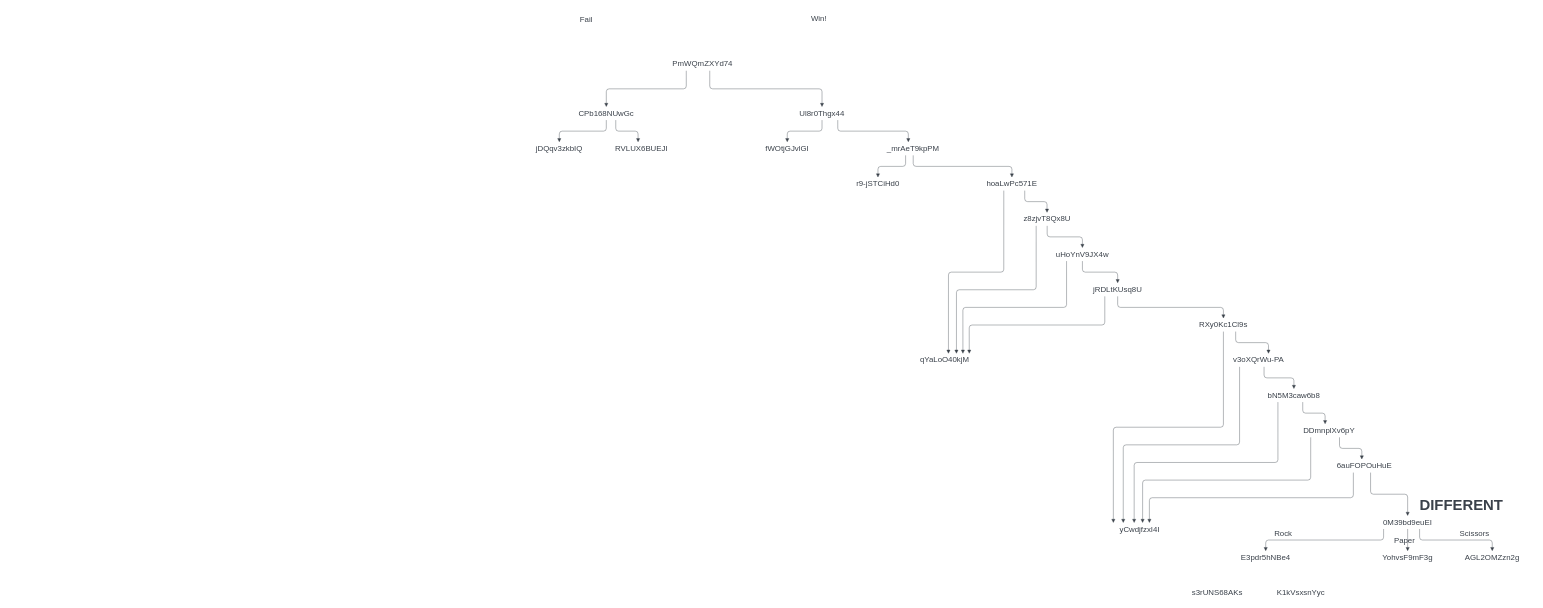
Earlier version of the draw.io diagram Untitled Diagram.drawio (athuler/CgpGreyRockPaperScissors). Source tidied: cells renumbered, new cells numbered last; positions are measured from the earlier drawing's top-left corner, leaving out a move shared by most shapes. Both pictures are drawn from the tidied source at 47%, with x=0, y=0 at pixel (530, 8).
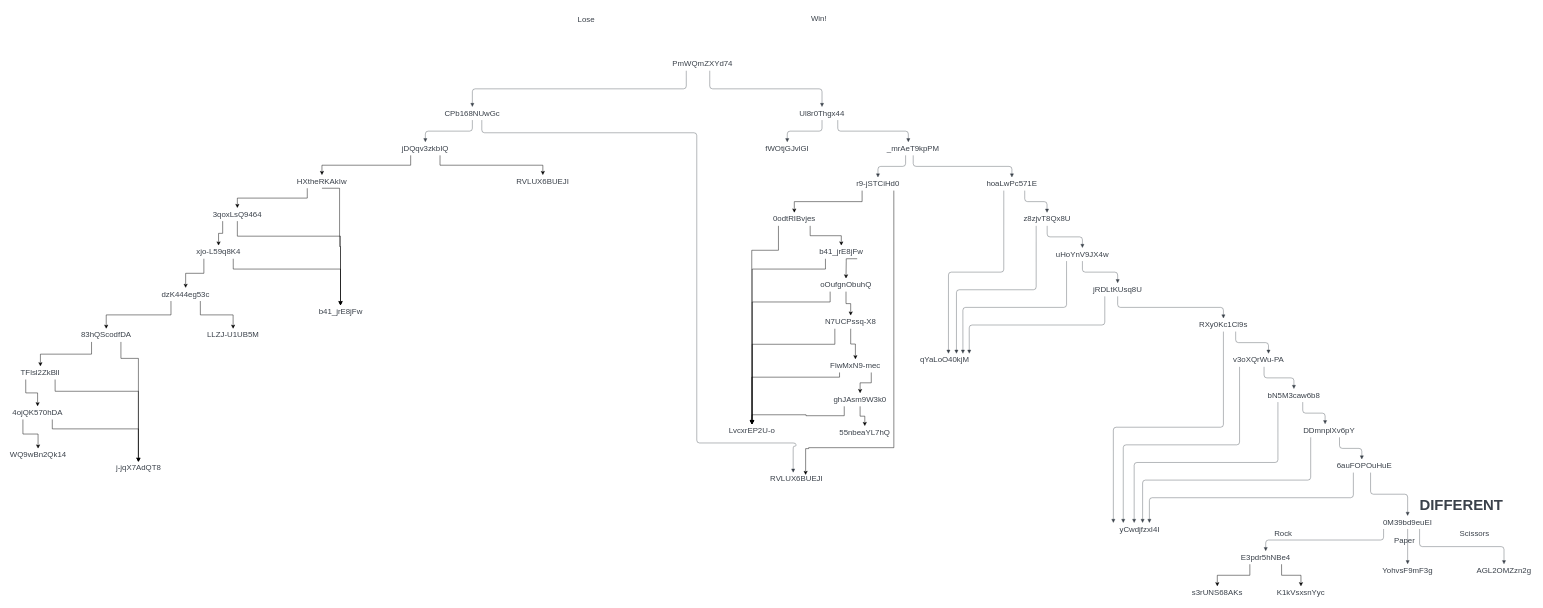
The same page after the edit.

Unchanged cells that the change refers to:
```xml
<mxCell id="19" value="r9-jSTCiHd0" style="html=1;overflow=block;blockSpacing=1;whiteSpace=wrap;fontSize=16.7;fontColor=#3a414a;spacing=3.8;strokeColor=none;fillOpacity=0;fillColor=#ffffff;strokeWidth=0;lucidId=V10GVrl.zlsS;" parent="1" vertex="1">
  <mxGeometry x="673" y="360" width="135" height="28" as="geometry" />
</mxCell>
<mxCell id="53" value="E3pdr5hNBe4" style="html=1;overflow=block;blockSpacing=1;whiteSpace=wrap;fontSize=16.7;fontColor=#3a414a;spacing=3.8;strokeColor=none;fillOpacity=0;fillColor=#ffffff;strokeWidth=0;lucidId=ha1GKNvZnQt9;" parent="1" vertex="1">
  <mxGeometry x="1498" y="1155" width="135" height="28" as="geometry" />
</mxCell>
<mxCell id="60" value="K1kVsxsnYyc" style="html=1;overflow=block;blockSpacing=1;whiteSpace=wrap;fontSize=16.7;fontColor=#3a414a;spacing=3.8;strokeColor=none;fillOpacity=0;fillColor=#ffffff;strokeWidth=0;lucidId=lc1GrfU~FakX;" parent="1" vertex="1">
  <mxGeometry x="1573" y="1230" width="135" height="28" as="geometry" />
</mxCell>
<mxCell id="61" value="s3rUNS68AKs" style="html=1;overflow=block;blockSpacing=1;whiteSpace=wrap;fontSize=16.7;fontColor=#3a414a;spacing=3.8;strokeColor=none;fillOpacity=0;fillColor=#ffffff;strokeWidth=0;lucidId=Dc1Gz2TKkEc-;" parent="1" vertex="1">
  <mxGeometry x="1395" y="1230" width="135" height="28" as="geometry" />
</mxCell>
```

What changed in the source:
```diff
@@
-    <mxCell id="6" value="Fail" style="html=1;overflow=block;blockSpacing=1;whiteSpace=wrap;fontSize=16.7;fontColor=#3a414a;spacing=3.8;strokeOpacity=0;fillOpacity=0;rounded=1;absoluteArcSize=1;arcSize=9;fillColor=#ffffff;strokeWidth=0.8;lucidId=xs7FAL~C0_ZN;" parent="1" vertex="1">
+    <mxCell id="6" value="Lose" style="html=1;overflow=block;blockSpacing=1;whiteSpace=wrap;fontSize=16.7;fontColor=#3a414a;spacing=3.8;strokeOpacity=0;fillOpacity=0;rounded=1;absoluteArcSize=1;arcSize=9;fillColor=#ffffff;strokeWidth=0.8;lucidId=xs7FAL~C0_ZN;" parent="1" vertex="1">
       <mxGeometry x="30" width="180" height="48" as="geometry" />
     </mxCell>
     <mxCell id="7" value="CPb168NUwGc" style="html=1;overflow=block;blockSpacing=1;whiteSpace=wrap;fontSize=16.7;fontColor=#3a414a;spacing=3.8;strokeColor=none;fillOpacity=0;fillColor=#ffffff;strokeWidth=0;lucidId=ft7FhHTw9_NF;" parent="1" vertex="1">
-      <mxGeometry x="100" y="210" width="125" height="28" as="geometry" />
+      <mxGeometry x="-185" y="210" width="125" height="28" as="geometry" />
     </mxCell>
@@
     <mxCell id="13" value="RVLUX6BUEJI" style="html=1;overflow=block;blockSpacing=1;whiteSpace=wrap;fontSize=16.7;fontColor=#3a414a;spacing=3.8;strokeColor=none;fillOpacity=0;fillColor=#ffffff;strokeWidth=0;lucidId=3_XGruc~Z_QK;" parent="1" vertex="1">
-      <mxGeometry x="175" y="285" width="125" height="28" as="geometry" />
+      <mxGeometry x="505" y="988" width="125" height="28" as="geometry" />
     </mxCell>
+    <mxCell id="62" style="edgeStyle=orthogonalEdgeStyle;rounded=0;jettySize=auto;html=1;exitX=0.75;exitY=1;exitDx=0;exitDy=0;entryX=0.5;entryY=0;entryDx=0;entryDy=0;" parent="1" edge="1" source="14" target="88">
+      <mxGeometry relative="1" as="geometry" />
+    </mxCell>
+    <mxCell id="63" style="edgeStyle=orthogonalEdgeStyle;rounded=0;jettySize=auto;html=1;exitX=0.25;exitY=1;exitDx=0;exitDy=0;" parent="1" edge="1" source="14" target="91">
+      <mxGeometry relative="1" as="geometry" />
+    </mxCell>
     <mxCell id="14" value="jDQqv3zkbIQ" style="html=1;overflow=block;blockSpacing=1;whiteSpace=wrap;fontSize=16.7;fontColor=#3a414a;spacing=3.8;strokeColor=none;fillOpacity=0;fillColor=#ffffff;strokeWidth=0;lucidId=8_XGXLdHAZnX;" parent="1" vertex="1">
-      <mxGeometry y="285" width="125" height="28" as="geometry" />
+      <mxGeometry x="-285" y="285" width="125" height="28" as="geometry" />
     </mxCell>
     <mxCell id="15" style="html=1;jettySize=18;whiteSpace=wrap;fontSize=13;strokeColor=#3a414a;strokeOpacity=100;strokeWidth=0.8;rounded=1;arcSize=12;edgeStyle=orthogonalEdgeStyle;startArrow=none;endArrow=block;endFill=1;exitX=0.661;exitY=1;exitPerimeter=0;entryX=0.441;entryY=0;entryPerimeter=0;lucidId=S.XG0sZoMiGn;" parent="1" edge="1" source="7" target="13">
-      <mxGeometry relative="1" as="geometry" />
+      <mxGeometry relative="1" as="geometry">
+        <Array as="points">
+          <mxPoint x="-102" y="265" />
+          <mxPoint x="355" y="265" />
+          <mxPoint x="355" y="925" />
+          <mxPoint x="566" y="925" />
+          <mxPoint x="566" y="932" />
+          <mxPoint x="560" y="932" />
+        </Array>
+      </mxGeometry>
     </mxCell>
@@
+    <mxCell id="64" style="edgeStyle=orthogonalEdgeStyle;rounded=0;jettySize=auto;html=1;exitX=0.75;exitY=1;exitDx=0;exitDy=0;entryX=0.653;entryY=0.179;entryDx=0;entryDy=0;entryPerimeter=0;" parent="1" edge="1" source="19" target="13">
+      <mxGeometry relative="1" as="geometry">
+        <Array as="points">
+          <mxPoint x="774" y="935" />
+          <mxPoint x="593" y="935" />
+          <mxPoint x="593" y="937" />
+          <mxPoint x="587" y="937" />
+        </Array>
+      </mxGeometry>
+    </mxCell>
+    <mxCell id="65" style="edgeStyle=orthogonalEdgeStyle;rounded=0;jettySize=auto;html=1;exitX=0.25;exitY=1;exitDx=0;exitDy=0;" parent="1" edge="1" source="19" target="70">
+      <mxGeometry relative="1" as="geometry" />
+    </mxCell>
@@
     <mxCell id="51" value="AGL2OMZzn2g" style="html=1;overflow=block;blockSpacing=1;whiteSpace=wrap;fontSize=16.7;fontColor=#3a414a;spacing=3.8;strokeColor=none;fillOpacity=0;fillColor=#ffffff;strokeWidth=0;lucidId=4~0GWXbezlGw;" parent="1" vertex="1">
-      <mxGeometry x="1980" y="1155" width="135" height="28" as="geometry" />
+      <mxGeometry x="2005" y="1183" width="135" height="28" as="geometry" />
     </mxCell>
     <mxCell id="52" value="YohvsF9mF3g" style="html=1;overflow=block;blockSpacing=1;whiteSpace=wrap;fontSize=16.7;fontColor=#3a414a;spacing=3.8;strokeColor=none;fillOpacity=0;fillColor=#ffffff;strokeWidth=0;lucidId=9~0Gk7WF7e9Z;" parent="1" vertex="1">
-      <mxGeometry x="1800" y="1155" width="135" height="28" as="geometry" />
+      <mxGeometry x="1800" y="1183" width="135" height="28" as="geometry" />
     </mxCell>
+    <mxCell id="66" style="edgeStyle=orthogonalEdgeStyle;rounded=0;jettySize=auto;html=1;exitX=0.75;exitY=1;exitDx=0;exitDy=0;entryX=0.5;entryY=0;entryDx=0;entryDy=0;" parent="1" edge="1" source="53" target="60">
+      <mxGeometry relative="1" as="geometry" />
+    </mxCell>
+    <mxCell id="67" style="edgeStyle=orthogonalEdgeStyle;rounded=0;jettySize=auto;html=1;exitX=0.25;exitY=1;exitDx=0;exitDy=0;entryX=0.5;entryY=0;entryDx=0;entryDy=0;" parent="1" edge="1" source="53" target="61">
+      <mxGeometry relative="1" as="geometry" />
+    </mxCell>
@@
+    <mxCell id="68" style="edgeStyle=orthogonalEdgeStyle;rounded=0;jettySize=auto;html=1;exitX=0.75;exitY=1;exitDx=0;exitDy=0;" parent="1" edge="1" source="70" target="73">
+      <mxGeometry relative="1" as="geometry" />
+    </mxCell>
+    <mxCell id="69" style="edgeStyle=orthogonalEdgeStyle;rounded=0;jettySize=auto;html=1;exitX=0.25;exitY=1;exitDx=0;exitDy=0;" parent="1" edge="1" source="70" target="71">
+      <mxGeometry relative="1" as="geometry">
+        <Array as="points">
+          <mxPoint x="529" y="515" />
+          <mxPoint x="472" y="515" />
+        </Array>
+      </mxGeometry>
+    </mxCell>
+    <mxCell id="70" value="0odtRIBvjes" style="html=1;overflow=block;blockSpacing=1;whiteSpace=wrap;fontSize=16.7;fontColor=#3a414a;spacing=3.8;strokeColor=none;fillOpacity=0;fillColor=#ffffff;strokeWidth=0;lucidId=V10GVrl.zlsS;" parent="1" vertex="1">
+      <mxGeometry x="495" y="435" width="135" height="28" as="geometry" />
+    </mxCell>
+    <mxCell id="71" value="LvcxrEP2U-o" style="html=1;overflow=block;blockSpacing=1;whiteSpace=wrap;fontSize=16.7;fontColor=#3a414a;spacing=3.8;strokeColor=none;fillOpacity=0;fillColor=#ffffff;strokeWidth=0;lucidId=V10GVrl.zlsS;" parent="1" vertex="1">
+      <mxGeometry x="405" y="885" width="135" height="28" as="geometry" />
+    </mxCell>
+    <mxCell id="72" style="edgeStyle=orthogonalEdgeStyle;rounded=0;jettySize=auto;html=1;exitX=0.75;exitY=1;exitDx=0;exitDy=0;entryX=0.5;entryY=0;entryDx=0;entryDy=0;" parent="1" edge="1" source="73" target="75">
+      <mxGeometry relative="1" as="geometry">
+        <Array as="points">
+          <mxPoint x="673" y="538" />
+          <mxPoint x="673" y="585" />
+        </Array>
+      </mxGeometry>
+    </mxCell>
+    <mxCell id="73" value="b41_jrE8jFw" style="html=1;overflow=block;blockSpacing=1;whiteSpace=wrap;fontSize=16.7;fontColor=#3a414a;spacing=3.8;strokeColor=none;fillOpacity=0;fillColor=#ffffff;strokeWidth=0;lucidId=V10GVrl.zlsS;" parent="1" vertex="1">
+      <mxGeometry x="595" y="505" width="135" height="28" as="geometry" />
+    </mxCell>
+    <mxCell id="74" style="edgeStyle=orthogonalEdgeStyle;rounded=0;jettySize=auto;html=1;exitX=0.5;exitY=1;exitDx=0;exitDy=0;" parent="1" edge="1" source="75" target="79">
+      <mxGeometry relative="1" as="geometry" />
+    </mxCell>
+    <mxCell id="75" value="oOufgnObuhQ" style="html=1;overflow=block;blockSpacing=1;whiteSpace=wrap;fontSize=16.7;fontColor=#3a414a;spacing=3.8;strokeColor=none;fillOpacity=0;fillColor=#ffffff;strokeWidth=0;lucidId=V10GVrl.zlsS;" parent="1" vertex="1">
+      <mxGeometry x="605" y="575" width="135" height="28" as="geometry" />
+    </mxCell>
+    <mxCell id="76" style="edgeStyle=orthogonalEdgeStyle;rounded=0;jettySize=auto;html=1;exitX=0.25;exitY=1;exitDx=0;exitDy=0;" parent="1" edge="1" source="73" target="71">
+      <mxGeometry relative="1" as="geometry">
+        <Array as="points">
+          <mxPoint x="629" y="555" />
+          <mxPoint x="473" y="555" />
+        </Array>
+      </mxGeometry>
+    </mxCell>
+    <mxCell id="77" style="edgeStyle=orthogonalEdgeStyle;rounded=0;jettySize=auto;html=1;exitX=0.25;exitY=1;exitDx=0;exitDy=0;entryX=0.5;entryY=0;entryDx=0;entryDy=0;" parent="1" edge="1" source="75" target="71">
+      <mxGeometry relative="1" as="geometry">
+        <Array as="points">
+          <mxPoint x="639" y="625" />
+          <mxPoint x="473" y="625" />
+          <mxPoint x="473" y="865" />
+        </Array>
+      </mxGeometry>
+    </mxCell>
+    <mxCell id="78" style="edgeStyle=orthogonalEdgeStyle;rounded=0;jettySize=auto;html=1;exitX=0.5;exitY=1;exitDx=0;exitDy=0;" parent="1" edge="1" source="79" target="83">
+      <mxGeometry relative="1" as="geometry" />
+    </mxCell>
+    <mxCell id="79" value="N7UCPssq-X8" style="html=1;overflow=block;blockSpacing=1;whiteSpace=wrap;fontSize=16.7;fontColor=#3a414a;spacing=3.8;strokeColor=none;fillOpacity=0;fillColor=#ffffff;strokeWidth=0;lucidId=V10GVrl.zlsS;" parent="1" vertex="1">
+      <mxGeometry x="615" y="654" width="135" height="28" as="geometry" />
+    </mxCell>
+    <mxCell id="80" style="edgeStyle=orthogonalEdgeStyle;rounded=0;jettySize=auto;html=1;exitX=0.25;exitY=1;exitDx=0;exitDy=0;entryX=0.5;entryY=0;entryDx=0;entryDy=0;" parent="1" edge="1" source="79" target="71">
+      <mxGeometry relative="1" as="geometry">
+        <Array as="points">
+          <mxPoint x="649" y="715" />
+          <mxPoint x="473" y="715" />
+          <mxPoint x="473" y="869" />
+        </Array>
+      </mxGeometry>
+    </mxCell>
+    <mxCell id="81" style="edgeStyle=orthogonalEdgeStyle;rounded=0;jettySize=auto;html=1;exitX=0.25;exitY=1;exitDx=0;exitDy=0;" parent="1" edge="1" source="83" target="71">
+      <mxGeometry relative="1" as="geometry">
+        <Array as="points">
+          <mxPoint x="659" y="785" />
+          <mxPoint x="472" y="785" />
+        </Array>
+      </mxGeometry>
+    </mxCell>
+    <mxCell id="82" style="edgeStyle=orthogonalEdgeStyle;rounded=0;jettySize=auto;html=1;exitX=0.75;exitY=1;exitDx=0;exitDy=0;" parent="1" edge="1" source="83" target="86">
+      <mxGeometry relative="1" as="geometry" />
+    </mxCell>
+    <mxCell id="83" value="FlwMxN9-mec" style="html=1;overflow=block;blockSpacing=1;whiteSpace=wrap;fontSize=16.7;fontColor=#3a414a;spacing=3.8;strokeColor=none;fillOpacity=0;fillColor=#ffffff;strokeWidth=0;lucidId=V10GVrl.zlsS;" parent="1" vertex="1">
+      <mxGeometry x="625" y="747" width="135" height="28" as="geometry" />
+    </mxCell>
+    <mxCell id="84" style="edgeStyle=orthogonalEdgeStyle;rounded=0;jettySize=auto;html=1;exitX=0.25;exitY=1;exitDx=0;exitDy=0;entryX=0.5;entryY=0;entryDx=0;entryDy=0;" parent="1" edge="1" source="86" target="71">
+      <mxGeometry relative="1" as="geometry" />
+    </mxCell>
+    <mxCell id="85" style="edgeStyle=orthogonalEdgeStyle;rounded=0;jettySize=auto;html=1;exitX=0.5;exitY=1;exitDx=0;exitDy=0;" parent="1" edge="1" source="86" target="87">
+      <mxGeometry relative="1" as="geometry" />
+    </mxCell>
+    <mxCell id="86" value="ghJAsm9W3k0" style="html=1;overflow=block;blockSpacing=1;whiteSpace=wrap;fontSize=16.7;fontColor=#3a414a;spacing=3.8;strokeColor=none;fillOpacity=0;fillColor=#ffffff;strokeWidth=0;lucidId=V10GVrl.zlsS;" parent="1" vertex="1">
+      <mxGeometry x="635" y="819" width="135" height="28" as="geometry" />
+    </mxCell>
+    <mxCell id="87" value="55nbeaYL7hQ" style="html=1;overflow=block;blockSpacing=1;whiteSpace=wrap;fontSize=16.7;fontColor=#3a414a;spacing=3.8;strokeColor=none;fillOpacity=0;fillColor=#ffffff;strokeWidth=0;lucidId=V10GVrl.zlsS;" parent="1" vertex="1">
+      <mxGeometry x="645" y="889" width="135" height="28" as="geometry" />
+    </mxCell>
+    <mxCell id="88" value="RVLUX6BUEJI" style="html=1;overflow=block;blockSpacing=1;whiteSpace=wrap;fontSize=16.7;fontColor=#3a414a;spacing=3.8;strokeColor=none;fillOpacity=0;fillColor=#ffffff;strokeWidth=0;lucidId=8_XGXLdHAZnX;" parent="1" vertex="1">
+      <mxGeometry x="-35" y="355" width="125" height="28" as="geometry" />
+    </mxCell>
+    <mxCell id="89" style="edgeStyle=orthogonalEdgeStyle;rounded=0;jettySize=auto;html=1;exitX=0.25;exitY=1;exitDx=0;exitDy=0;" parent="1" edge="1" source="91" target="94">
+      <mxGeometry relative="1" as="geometry" />
+    </mxCell>
+    <mxCell id="90" style="edgeStyle=orthogonalEdgeStyle;rounded=0;jettySize=auto;html=1;exitX=0.5;exitY=1;exitDx=0;exitDy=0;" parent="1" edge="1" source="91" target="95">
+      <mxGeometry relative="1" as="geometry">
+        <Array as="points">
+          <mxPoint x="-405" y="383" />
+          <mxPoint x="-405" y="507" />
+          <mxPoint x="-403" y="507" />
+        </Array>
+      </mxGeometry>
+    </mxCell>
+    <mxCell id="91" value="HXtheRKAkIw" style="html=1;overflow=block;blockSpacing=1;whiteSpace=wrap;fontSize=16.7;fontColor=#3a414a;spacing=3.8;strokeColor=none;fillOpacity=0;fillColor=#ffffff;strokeWidth=0;lucidId=8_XGXLdHAZnX;" parent="1" vertex="1">
+      <mxGeometry x="-505" y="355" width="125" height="28" as="geometry" />
+    </mxCell>
+    <mxCell id="92" style="edgeStyle=orthogonalEdgeStyle;rounded=0;jettySize=auto;html=1;exitX=0.5;exitY=1;exitDx=0;exitDy=0;" parent="1" edge="1" source="94" target="95">
+      <mxGeometry relative="1" as="geometry">
+        <Array as="points">
+          <mxPoint x="-623" y="485" />
+          <mxPoint x="-403" y="485" />
+        </Array>
+      </mxGeometry>
+    </mxCell>
+    <mxCell id="93" style="edgeStyle=orthogonalEdgeStyle;rounded=0;jettySize=auto;html=1;exitX=0.25;exitY=1;exitDx=0;exitDy=0;" parent="1" edge="1" source="94" target="98">
+      <mxGeometry relative="1" as="geometry" />
+    </mxCell>
+    <mxCell id="94" value="3qoxLsQ9464" style="html=1;overflow=block;blockSpacing=1;whiteSpace=wrap;fontSize=16.7;fontColor=#3a414a;spacing=3.8;strokeColor=none;fillOpacity=0;fillColor=#ffffff;strokeWidth=0;lucidId=8_XGXLdHAZnX;" parent="1" vertex="1">
+      <mxGeometry x="-685" y="425" width="125" height="28" as="geometry" />
+    </mxCell>
+    <mxCell id="95" value="b41_jrE8jFw" style="html=1;overflow=block;blockSpacing=1;whiteSpace=wrap;fontSize=16.7;fontColor=#3a414a;spacing=3.8;strokeColor=none;fillOpacity=0;fillColor=#ffffff;strokeWidth=0;lucidId=8_XGXLdHAZnX;" parent="1" vertex="1">
+      <mxGeometry x="-465" y="632" width="125" height="28" as="geometry" />
+    </mxCell>
+    <mxCell id="96" style="edgeStyle=orthogonalEdgeStyle;rounded=0;jettySize=auto;html=1;exitX=0.75;exitY=1;exitDx=0;exitDy=0;" parent="1" edge="1" source="98" target="95">
+      <mxGeometry relative="1" as="geometry">
+        <Array as="points">
+          <mxPoint x="-631" y="555" />
+          <mxPoint x="-403" y="555" />
+        </Array>
+      </mxGeometry>
+    </mxCell>
+    <mxCell id="97" style="edgeStyle=orthogonalEdgeStyle;rounded=0;jettySize=auto;html=1;exitX=0.25;exitY=1;exitDx=0;exitDy=0;" parent="1" edge="1" source="98" target="101">
+      <mxGeometry relative="1" as="geometry" />
+    </mxCell>
+    <mxCell id="98" value="xjo-L59q8K4" style="html=1;overflow=block;blockSpacing=1;whiteSpace=wrap;fontSize=16.7;fontColor=#3a414a;spacing=3.8;strokeColor=none;fillOpacity=0;fillColor=#ffffff;strokeWidth=0;lucidId=8_XGXLdHAZnX;" parent="1" vertex="1">
+      <mxGeometry x="-725" y="505" width="125" height="28" as="geometry" />
+    </mxCell>
+    <mxCell id="99" style="edgeStyle=orthogonalEdgeStyle;rounded=0;jettySize=auto;html=1;exitX=0.75;exitY=1;exitDx=0;exitDy=0;" parent="1" edge="1" source="101" target="102">
+      <mxGeometry relative="1" as="geometry" />
+    </mxCell>
+    <mxCell id="100" style="edgeStyle=orthogonalEdgeStyle;rounded=0;jettySize=auto;html=1;exitX=0.25;exitY=1;exitDx=0;exitDy=0;" parent="1" edge="1" source="101" target="105">
+      <mxGeometry relative="1" as="geometry" />
+    </mxCell>
+    <mxCell id="101" value="dzK444eg53c" style="html=1;overflow=block;blockSpacing=1;whiteSpace=wrap;fontSize=16.7;fontColor=#3a414a;spacing=3.8;strokeColor=none;fillOpacity=0;fillColor=#ffffff;strokeWidth=0;lucidId=8_XGXLdHAZnX;" parent="1" vertex="1">
+      <mxGeometry x="-795" y="595" width="125" height="28" as="geometry" />
+    </mxCell>
+    <mxCell id="102" value="LLZJ-U1UB5M" style="html=1;overflow=block;blockSpacing=1;whiteSpace=wrap;fontSize=16.7;fontColor=#3a414a;spacing=3.8;strokeColor=none;fillOpacity=0;fillColor=#ffffff;strokeWidth=0;lucidId=8_XGXLdHAZnX;" parent="1" vertex="1">
+      <mxGeometry x="-694" y="682" width="125" height="28" as="geometry" />
+    </mxCell>
+    <mxCell id="103" style="edgeStyle=orthogonalEdgeStyle;rounded=0;jettySize=auto;html=1;exitX=0.25;exitY=1;exitDx=0;exitDy=0;" parent="1" edge="1" source="105" target="109">
+      <mxGeometry relative="1" as="geometry" />
+    </mxCell>
+    <mxCell id="104" style="edgeStyle=orthogonalEdgeStyle;rounded=0;jettySize=auto;html=1;exitX=0.75;exitY=1;exitDx=0;exitDy=0;" parent="1" edge="1" source="105" target="106">
+      <mxGeometry relative="1" as="geometry">
+        <Array as="points">
+          <mxPoint x="-870" y="745" />
+          <mxPoint x="-833" y="745" />
+        </Array>
+      </mxGeometry>
+    </mxCell>
+    <mxCell id="105" value="83hQScodfDA" style="html=1;overflow=block;blockSpacing=1;whiteSpace=wrap;fontSize=16.7;fontColor=#3a414a;spacing=3.8;strokeColor=none;fillOpacity=0;fillColor=#ffffff;strokeWidth=0;lucidId=8_XGXLdHAZnX;" parent="1" vertex="1">
+      <mxGeometry x="-964" y="682" width="125" height="28" as="geometry" />
+    </mxCell>
+    <mxCell id="106" value="j-jqX7AdQT8" style="html=1;overflow=block;blockSpacing=1;whiteSpace=wrap;fontSize=16.7;fontColor=#3a414a;spacing=3.8;strokeColor=none;fillOpacity=0;fillColor=#ffffff;strokeWidth=0;lucidId=8_XGXLdHAZnX;" parent="1" vertex="1">
+      <mxGeometry x="-895" y="965" width="125" height="28" as="geometry" />
+    </mxCell>
+    <mxCell id="107" style="edgeStyle=orthogonalEdgeStyle;rounded=0;jettySize=auto;html=1;exitX=0.75;exitY=1;exitDx=0;exitDy=0;" parent="1" edge="1" source="109" target="106">
+      <mxGeometry relative="1" as="geometry">
+        <Array as="points">
+          <mxPoint x="-1010" y="815" />
+          <mxPoint x="-833" y="815" />
+        </Array>
+      </mxGeometry>
+    </mxCell>
+    <mxCell id="108" style="edgeStyle=orthogonalEdgeStyle;rounded=0;jettySize=auto;html=1;exitX=0.25;exitY=1;exitDx=0;exitDy=0;" parent="1" edge="1" source="109" target="112">
+      <mxGeometry relative="1" as="geometry" />
+    </mxCell>
+    <mxCell id="109" value="TFlsl2ZkBlI" style="html=1;overflow=block;blockSpacing=1;whiteSpace=wrap;fontSize=16.7;fontColor=#3a414a;spacing=3.8;strokeColor=none;fillOpacity=0;fillColor=#ffffff;strokeWidth=0;lucidId=8_XGXLdHAZnX;" parent="1" vertex="1">
+      <mxGeometry x="-1104" y="762" width="125" height="28" as="geometry" />
+    </mxCell>
+    <mxCell id="110" style="edgeStyle=orthogonalEdgeStyle;rounded=0;jettySize=auto;html=1;exitX=0.75;exitY=1;exitDx=0;exitDy=0;" parent="1" edge="1" source="112" target="106">
+      <mxGeometry relative="1" as="geometry">
+        <Array as="points">
+          <mxPoint x="-1016" y="895" />
+          <mxPoint x="-833" y="895" />
+        </Array>
+      </mxGeometry>
+    </mxCell>
+    <mxCell id="111" style="edgeStyle=orthogonalEdgeStyle;rounded=0;jettySize=auto;html=1;exitX=0.25;exitY=1;exitDx=0;exitDy=0;" parent="1" edge="1" source="112" target="113">
+      <mxGeometry relative="1" as="geometry" />
+    </mxCell>
+    <mxCell id="112" value="4ojQK570hDA" style="html=1;overflow=block;blockSpacing=1;whiteSpace=wrap;fontSize=16.7;fontColor=#3a414a;spacing=3.8;strokeColor=none;fillOpacity=0;fillColor=#ffffff;strokeWidth=0;lucidId=8_XGXLdHAZnX;" parent="1" vertex="1">
+      <mxGeometry x="-1110" y="847" width="125" height="28" as="geometry" />
+    </mxCell>
+    <mxCell id="113" value="WQ9wBn2Qk14" style="html=1;overflow=block;blockSpacing=1;whiteSpace=wrap;fontSize=16.7;fontColor=#3a414a;spacing=3.8;strokeColor=none;fillOpacity=0;fillColor=#ffffff;strokeWidth=0;lucidId=8_XGXLdHAZnX;" parent="1" vertex="1">
+      <mxGeometry x="-1109" y="937" width="125" height="28" as="geometry" />
+    </mxCell>
```
